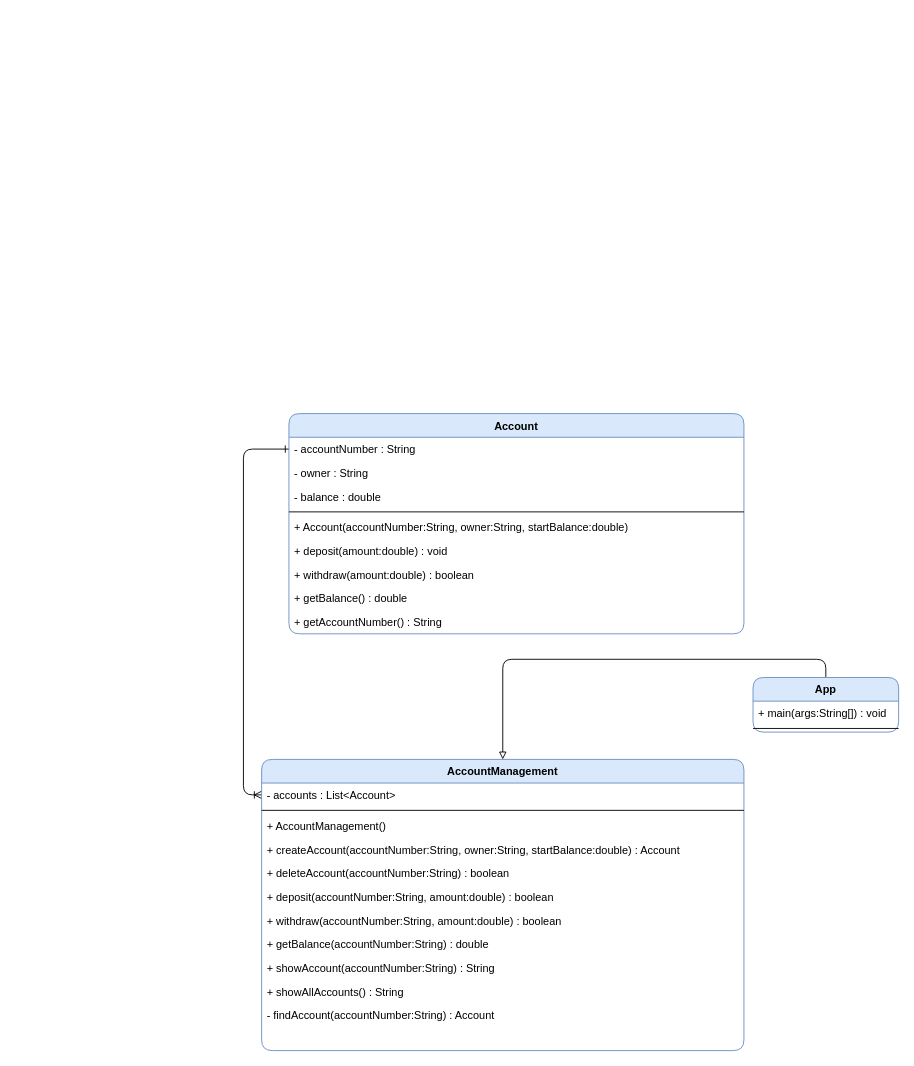
Above: Aufgabe/src/LE_09_03/Account.drawio in KaterynaSavelieva/JAVA (draw.io), before the change. Source tidied: cells renumbered, new cells numbered last; positions are measured from the earlier drawing's top-left corner, leaving out a move shared by most shapes. Both pictures are drawn from the tidied source at 91%, with x=0, y=0 at pixel (261, 413).
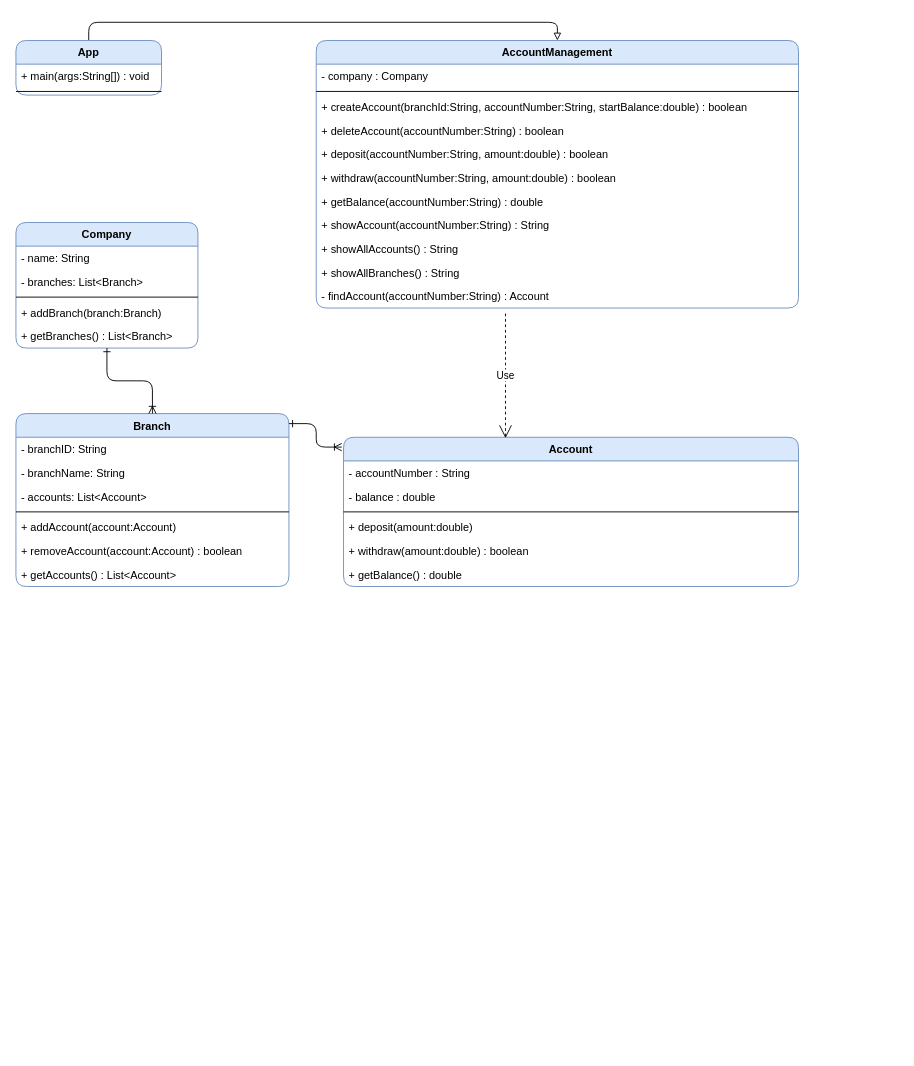
Above is the later version.

The change refers to these unchanged cells:
```xml
<mxCell id="4" value="- accountNumber : String" style="text;strokeColor=none;fillColor=none;align=left;verticalAlign=top;spacingLeft=4;spacingRight=4;overflow=hidden;points=[[0,0.5],[1,0.5]];portConstraint=eastwest;" parent="3" vertex="1">
  <mxGeometry y="26" width="500" height="26" as="geometry" />
</mxCell>
```

The edit, as a diff of the source:
```diff
@@
-    <mxCell id="2" style="edgeStyle=orthogonalEdgeStyle;jettySize=auto;html=1;entryX=0;entryY=0.5;entryDx=0;entryDy=0;startArrow=ERone;startFill=0;endArrow=ERoneToMany;endFill=0;exitX=0;exitY=0.5;exitDx=0;exitDy=0;rounded=1;" parent="1" edge="1" source="4" target="14">
-      <mxGeometry relative="1" as="geometry" />
-    </mxCell>
     <mxCell id="3" value="Account" style="swimlane;fontStyle=1;align=center;verticalAlign=top;horizontal=1;startSize=26;rounded=1;fillColor=#dae8fc;strokeColor=#6c8ebf;" parent="1" vertex="1">
-      <mxGeometry x="30" width="500" height="242" as="geometry" />
+      <mxGeometry x="90" y="26" width="500" height="164" as="geometry" />
     </mxCell>
@@
-    <mxCell id="5" value="- owner : String" style="text;strokeColor=none;fillColor=none;align=left;verticalAlign=top;spacingLeft=4;spacingRight=4;overflow=hidden;" parent="3" vertex="1">
-      <mxGeometry y="52" width="500" height="26" as="geometry" />
-    </mxCell>
     <mxCell id="6" value="- balance : double" style="text;strokeColor=none;fillColor=none;align=left;verticalAlign=top;spacingLeft=4;spacingRight=4;overflow=hidden;" parent="3" vertex="1">
-      <mxGeometry y="78" width="500" height="26" as="geometry" />
+      <mxGeometry y="52" width="500" height="26" as="geometry" />
     </mxCell>
     <mxCell id="7" style="line;strokeWidth=1;fillColor=none;align=left;verticalAlign=middle;spacingTop=-1;spacingLeft=3;spacingRight=3;labelPosition=right;" parent="3" vertex="1">
-      <mxGeometry y="104" width="500" height="8" as="geometry" />
+      <mxGeometry y="78" width="500" height="8" as="geometry" />
     </mxCell>
-    <mxCell id="8" value="+ Account(accountNumber:String, owner:String, startBalance:double)" style="text;strokeColor=none;fillColor=none;align=left;verticalAlign=top;spacingLeft=4;spacingRight=4;overflow=hidden;" parent="3" vertex="1">
-      <mxGeometry y="112" width="500" height="26" as="geometry" />
-    </mxCell>
-    <mxCell id="9" value="+ deposit(amount:double) : void" style="text;strokeColor=none;fillColor=none;align=left;verticalAlign=top;spacingLeft=4;spacingRight=4;overflow=hidden;" parent="3" vertex="1">
-      <mxGeometry y="138" width="500" height="26" as="geometry" />
+    <mxCell id="9" value="+ deposit(amount:double)" style="text;strokeColor=none;fillColor=none;align=left;verticalAlign=top;spacingLeft=4;spacingRight=4;overflow=hidden;" parent="3" vertex="1">
+      <mxGeometry y="86" width="500" height="26" as="geometry" />
     </mxCell>
     <mxCell id="10" value="+ withdraw(amount:double) : boolean" style="text;strokeColor=none;fillColor=none;align=left;verticalAlign=top;spacingLeft=4;spacingRight=4;overflow=hidden;" parent="3" vertex="1">
-      <mxGeometry y="164" width="500" height="26" as="geometry" />
+      <mxGeometry y="112" width="500" height="26" as="geometry" />
     </mxCell>
     <mxCell id="11" value="+ getBalance() : double" style="text;strokeColor=none;fillColor=none;align=left;verticalAlign=top;spacingLeft=4;spacingRight=4;overflow=hidden;" parent="3" vertex="1">
-      <mxGeometry y="190" width="500" height="26" as="geometry" />
+      <mxGeometry y="138" width="500" height="26" as="geometry" />
     </mxCell>
-    <mxCell id="12" value="+ getAccountNumber() : String" style="text;strokeColor=none;fillColor=none;align=left;verticalAlign=top;spacingLeft=4;spacingRight=4;overflow=hidden;" parent="3" vertex="1">
-      <mxGeometry y="216" width="500" height="26" as="geometry" />
-    </mxCell>
     <mxCell id="13" value="AccountManagement" style="swimlane;fontStyle=1;align=center;verticalAlign=top;horizontal=1;startSize=26;rounded=1;fillColor=#dae8fc;strokeColor=#6c8ebf;" parent="1" vertex="1">
-      <mxGeometry y="380" width="530" height="320" as="geometry" />
+      <mxGeometry x="60" y="-410" width="530" height="294" as="geometry" />
     </mxCell>
-    <mxCell id="14" value="- accounts : List&lt;Account&gt;" style="text;strokeColor=none;fillColor=none;align=left;verticalAlign=top;spacingLeft=4;spacingRight=4;overflow=hidden;points=[[0,0.5],[1,0.5]];portConstraint=eastwest;" parent="13" vertex="1">
-      <mxGeometry y="26" width="530" height="26" as="geometry" />
-    </mxCell>
+    <mxCell id="30" value="- company : Company" style="text;strokeColor=none;fillColor=none;align=left;verticalAlign=top;spacingLeft=4;spacingRight=4;overflow=hidden;" parent="13" vertex="1">
+      <mxGeometry y="26" width="530" height="26" as="geometry" />
+    </mxCell>
@@
-    <mxCell id="16" value="+ AccountManagement()" style="text;strokeColor=none;fillColor=none;align=left;verticalAlign=top;spacingLeft=4;spacingRight=4;overflow=hidden;" parent="13" vertex="1">
-      <mxGeometry y="60" width="530" height="26" as="geometry" />
-    </mxCell>
-    <mxCell id="17" value="+ createAccount(accountNumber:String, owner:String, startBalance:double) : Account" style="text;strokeColor=none;fillColor=none;align=left;verticalAlign=top;spacingLeft=4;spacingRight=4;overflow=hidden;" parent="13" vertex="1">
-      <mxGeometry y="86" width="530" height="26" as="geometry" />
+    <mxCell id="17" value="+ createAccount(branchId:String, accountNumber:String, startBalance:double) : boolean" style="text;strokeColor=none;fillColor=none;align=left;verticalAlign=top;spacingLeft=4;spacingRight=4;overflow=hidden;" parent="13" vertex="1">
+      <mxGeometry y="60" width="530" height="26" as="geometry" />
     </mxCell>
     <mxCell id="18" value="+ deleteAccount(accountNumber:String) : boolean" style="text;strokeColor=none;fillColor=none;align=left;verticalAlign=top;spacingLeft=4;spacingRight=4;overflow=hidden;rounded=1;" parent="13" vertex="1">
-      <mxGeometry y="112" width="530" height="26" as="geometry" />
+      <mxGeometry y="86" width="530" height="26" as="geometry" />
     </mxCell>
     <mxCell id="19" value="+ deposit(accountNumber:String, amount:double) : boolean" style="text;strokeColor=none;fillColor=none;align=left;verticalAlign=top;spacingLeft=4;spacingRight=4;overflow=hidden;" parent="13" vertex="1">
-      <mxGeometry y="138" width="530" height="26" as="geometry" />
+      <mxGeometry y="112" width="530" height="26" as="geometry" />
     </mxCell>
     <mxCell id="20" value="+ withdraw(accountNumber:String, amount:double) : boolean" style="text;strokeColor=none;fillColor=none;align=left;verticalAlign=top;spacingLeft=4;spacingRight=4;overflow=hidden;" parent="13" vertex="1">
-      <mxGeometry y="164" width="530" height="26" as="geometry" />
+      <mxGeometry y="138" width="530" height="26" as="geometry" />
     </mxCell>
     <mxCell id="21" value="+ getBalance(accountNumber:String) : double" style="text;strokeColor=none;fillColor=none;align=left;verticalAlign=top;spacingLeft=4;spacingRight=4;overflow=hidden;" parent="13" vertex="1">
-      <mxGeometry y="190" width="530" height="26" as="geometry" />
+      <mxGeometry y="164" width="530" height="26" as="geometry" />
     </mxCell>
     <mxCell id="22" value="+ showAccount(accountNumber:String) : String" style="text;strokeColor=none;fillColor=none;align=left;verticalAlign=top;spacingLeft=4;spacingRight=4;overflow=hidden;" parent="13" vertex="1">
-      <mxGeometry y="216" width="530" height="26" as="geometry" />
+      <mxGeometry y="190" width="530" height="26" as="geometry" />
     </mxCell>
     <mxCell id="23" value="+ showAllAccounts() : String" style="text;strokeColor=none;fillColor=none;align=left;verticalAlign=top;spacingLeft=4;spacingRight=4;overflow=hidden;" parent="13" vertex="1">
-      <mxGeometry y="242" width="530" height="26" as="geometry" />
+      <mxGeometry y="216" width="530" height="26" as="geometry" />
     </mxCell>
+    <mxCell id="31" value="+ showAllBranches() : String" style="text;strokeColor=none;fillColor=none;align=left;verticalAlign=top;spacingLeft=4;spacingRight=4;overflow=hidden;" parent="13" vertex="1">
+      <mxGeometry y="242" width="530" height="26" as="geometry" />
+    </mxCell>
@@
-    <mxCell id="25" style="text;strokeColor=none;fillColor=none;align=left;verticalAlign=top;spacingLeft=4;spacingRight=4;overflow=hidden;" parent="13" vertex="1">
-      <mxGeometry y="294" width="530" height="26" as="geometry" />
-    </mxCell>
@@
     <mxCell id="27" value="App" style="swimlane;fontStyle=1;align=center;verticalAlign=top;horizontal=1;startSize=26;fillColor=#dae8fc;strokeColor=#6c8ebf;rounded=1;" parent="1" vertex="1">
-      <mxGeometry x="540" y="290" width="160" height="60" as="geometry" />
+      <mxGeometry x="-270" y="-410" width="160" height="60" as="geometry" />
     </mxCell>
@@
+    <mxCell id="32" value="Company" style="swimlane;fontStyle=1;align=center;verticalAlign=top;horizontal=1;startSize=26;rounded=1;fillColor=#dae8fc;strokeColor=#6c8ebf;" parent="1" vertex="1">
+      <mxGeometry x="-270" y="-210" width="200" height="138" as="geometry" />
+    </mxCell>
+    <mxCell id="33" value="- name: String" style="text;strokeColor=none;fillColor=none;align=left;verticalAlign=top;spacingLeft=4;spacingRight=4;overflow=hidden;" parent="32" vertex="1">
+      <mxGeometry y="26" width="200" height="26" as="geometry" />
+    </mxCell>
+    <mxCell id="34" value="- branches: List&lt;Branch&gt;" style="text;strokeColor=none;fillColor=none;align=left;verticalAlign=top;spacingLeft=4;spacingRight=4;overflow=hidden;" parent="32" vertex="1">
+      <mxGeometry y="52" width="200" height="26" as="geometry" />
+    </mxCell>
+    <mxCell id="35" style="line;strokeWidth=1;fillColor=none;align=left;verticalAlign=middle;spacingTop=-1;spacingLeft=3;spacingRight=3;labelPosition=right;" parent="32" vertex="1">
+      <mxGeometry y="78" width="200" height="8" as="geometry" />
+    </mxCell>
+    <mxCell id="36" value="+ addBranch(branch:Branch)" style="text;strokeColor=none;fillColor=none;align=left;verticalAlign=top;spacingLeft=4;spacingRight=4;overflow=hidden;" parent="32" vertex="1">
+      <mxGeometry y="86" width="200" height="26" as="geometry" />
+    </mxCell>
+    <mxCell id="37" value="+ getBranches() : List&lt;Branch&gt;" style="text;strokeColor=none;fillColor=none;align=left;verticalAlign=top;spacingLeft=4;spacingRight=4;overflow=hidden;" parent="32" vertex="1">
+      <mxGeometry y="112" width="200" height="26" as="geometry" />
+    </mxCell>
+    <mxCell id="38" value="Branch" style="swimlane;fontStyle=1;align=center;verticalAlign=top;horizontal=1;startSize=26;rounded=1;fillColor=#dae8fc;strokeColor=#6c8ebf;" parent="1" vertex="1">
+      <mxGeometry x="-270" width="300" height="190" as="geometry" />
+    </mxCell>
+    <mxCell id="39" value="- branchID: String" style="text;strokeColor=none;fillColor=none;align=left;verticalAlign=top;spacingLeft=4;spacingRight=4;overflow=hidden;" parent="38" vertex="1">
+      <mxGeometry y="26" width="300" height="26" as="geometry" />
+    </mxCell>
+    <mxCell id="40" value="- branchName: String" style="text;strokeColor=none;fillColor=none;align=left;verticalAlign=top;spacingLeft=4;spacingRight=4;overflow=hidden;" parent="38" vertex="1">
+      <mxGeometry y="52" width="300" height="26" as="geometry" />
+    </mxCell>
+    <mxCell id="41" value="- accounts: List&lt;Account&gt;" style="text;strokeColor=none;fillColor=none;align=left;verticalAlign=top;spacingLeft=4;spacingRight=4;overflow=hidden;" parent="38" vertex="1">
+      <mxGeometry y="78" width="300" height="26" as="geometry" />
+    </mxCell>
+    <mxCell id="42" style="line;strokeWidth=1;fillColor=none;align=left;verticalAlign=middle;spacingTop=-1;spacingLeft=3;spacingRight=3;labelPosition=right;" parent="38" vertex="1">
+      <mxGeometry y="104" width="300" height="8" as="geometry" />
+    </mxCell>
+    <mxCell id="43" value="+ addAccount(account:Account)" style="text;strokeColor=none;fillColor=none;align=left;verticalAlign=top;spacingLeft=4;spacingRight=4;overflow=hidden;" parent="38" vertex="1">
+      <mxGeometry y="112" width="300" height="26" as="geometry" />
+    </mxCell>
+    <mxCell id="44" value="+ removeAccount(account:Account) : boolean" style="text;strokeColor=none;fillColor=none;align=left;verticalAlign=top;spacingLeft=4;spacingRight=4;overflow=hidden;" parent="38" vertex="1">
+      <mxGeometry y="138" width="300" height="26" as="geometry" />
+    </mxCell>
+    <mxCell id="45" value="+ getAccounts() : List&lt;Account&gt;" style="text;strokeColor=none;fillColor=none;align=left;verticalAlign=top;spacingLeft=4;spacingRight=4;overflow=hidden;" parent="38" vertex="1">
+      <mxGeometry y="164" width="300" height="26" as="geometry" />
+    </mxCell>
+    <mxCell id="46" style="edgeStyle=orthogonalEdgeStyle;jettySize=auto;html=1;startArrow=ERone;startFill=0;endArrow=ERoneToMany;endFill=0;rounded=1;entryX=0.5;entryY=0;entryDx=0;entryDy=0;" parent="1" edge="1" source="32" target="38">
+      <mxGeometry relative="1" as="geometry" />
+    </mxCell>
+    <mxCell id="47" style="edgeStyle=orthogonalEdgeStyle;jettySize=auto;html=1;startArrow=ERone;startFill=0;endArrow=ERoneToMany;endFill=0;rounded=1;entryX=-0.004;entryY=0.066;entryDx=0;entryDy=0;exitX=1;exitY=0.058;exitDx=0;exitDy=0;exitPerimeter=0;entryPerimeter=0;" parent="1" edge="1" source="38" target="3">
+      <mxGeometry relative="1" as="geometry" />
+    </mxCell>
+    <mxCell id="48" value="Use" style="endArrow=open;endSize=12;dashed=1;html=1;rounded=0;entryX=0.356;entryY=0.006;entryDx=0;entryDy=0;entryPerimeter=0;" parent="1" edge="1" target="3">
+      <mxGeometry relative="1" as="geometry">
+        <mxPoint x="268" y="-110" as="sourcePoint" />
+      </mxGeometry>
+    </mxCell>
```
